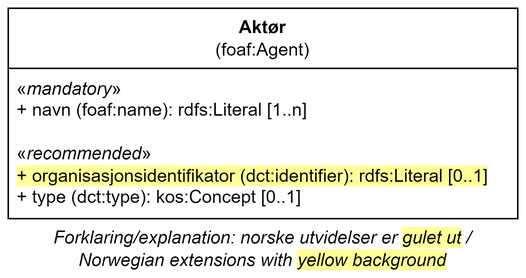
Before: docs/images/Klassen-Aktør.png, a diagram exported from draw.io (Informasjonsforvaltning/dcat-ap-no). Source tidied: cells renumbered, new cells last; positions are measured from the earlier drawing's top-left corner, leaving out a move shared by most shapes.
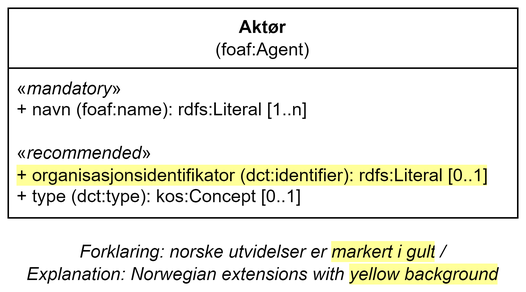
Later version of the same file.

Diff of the diagram source:
```diff
@@ -8,8 +8,8 @@
     <mxCell id="3" value="&lt;div&gt;«&lt;i&gt;mandatory&lt;/i&gt;»&lt;/div&gt;&lt;div&gt;+ navn (foaf:name): rdfs:Literal [1..n]&lt;/div&gt;&lt;div&gt;&lt;br&gt;&lt;/div&gt;&lt;div&gt;«&lt;i&gt;recommended&lt;/i&gt;»&lt;/div&gt;&lt;div&gt;&lt;span style=&quot;background-color: rgb(255, 255, 153);&quot;&gt;+ organisasjonsidentifikator (dct:identifier): rdfs:Literal [0..1]&lt;/span&gt;&lt;/div&gt;&lt;div&gt;+ type (dct:type): kos:Concept [0..1]&lt;/div&gt;" style="text;strokeColor=none;fillColor=none;align=left;verticalAlign=top;spacingLeft=4;spacingRight=4;overflow=hidden;whiteSpace=wrap;html=1;" parent="2" vertex="1">
       <mxGeometry y="40" width="340" height="100" as="geometry" />
     </mxCell>
-    <mxCell id="4" value="Forklaring/explanation: norske utvidelser er&amp;nbsp;&lt;span style=&quot;background-color: rgb(255, 255, 153);&quot;&gt;gulet ut&lt;/span&gt;&lt;span style=&quot;background-color: rgb(255 , 255 , 255)&quot;&gt;&amp;nbsp;/ &lt;br&gt;Norwegian extensions with &lt;/span&gt;&lt;span style=&quot;background-color: rgb(255, 255, 153);&quot;&gt;yellow background&lt;/span&gt;" style="text;html=1;strokeColor=none;fillColor=none;align=center;verticalAlign=middle;whiteSpace=wrap;rounded=0;fontStyle=2;" parent="1" vertex="1">
-      <mxGeometry x="5" y="150" width="330" height="20" as="geometry" />
-    </mxCell>
+    <mxCell id="5" value="Forklaring: norske utvidelser er&amp;nbsp;&lt;span style=&quot;background-color: rgb(255, 255, 153);&quot;&gt;markert i gult&lt;/span&gt;&lt;span style=&quot;background-color: rgb(255 , 255 , 255)&quot;&gt;&amp;nbsp;/ &lt;br&gt;&lt;/span&gt;Explanation:&amp;nbsp;&lt;span style=&quot;background-color: rgb(255 , 255 , 255)&quot;&gt;Norwegian extensions with &lt;/span&gt;&lt;span style=&quot;background-color: rgb(255, 255, 153);&quot;&gt;yellow background&lt;/span&gt;" style="text;html=1;strokeColor=none;fillColor=none;align=center;verticalAlign=middle;whiteSpace=wrap;rounded=0;fontStyle=2;" parent="1" vertex="1">
+      <mxGeometry y="160" width="340" height="20" as="geometry" />
+    </mxCell>
   </root>
 </mxGraphModel>
```
